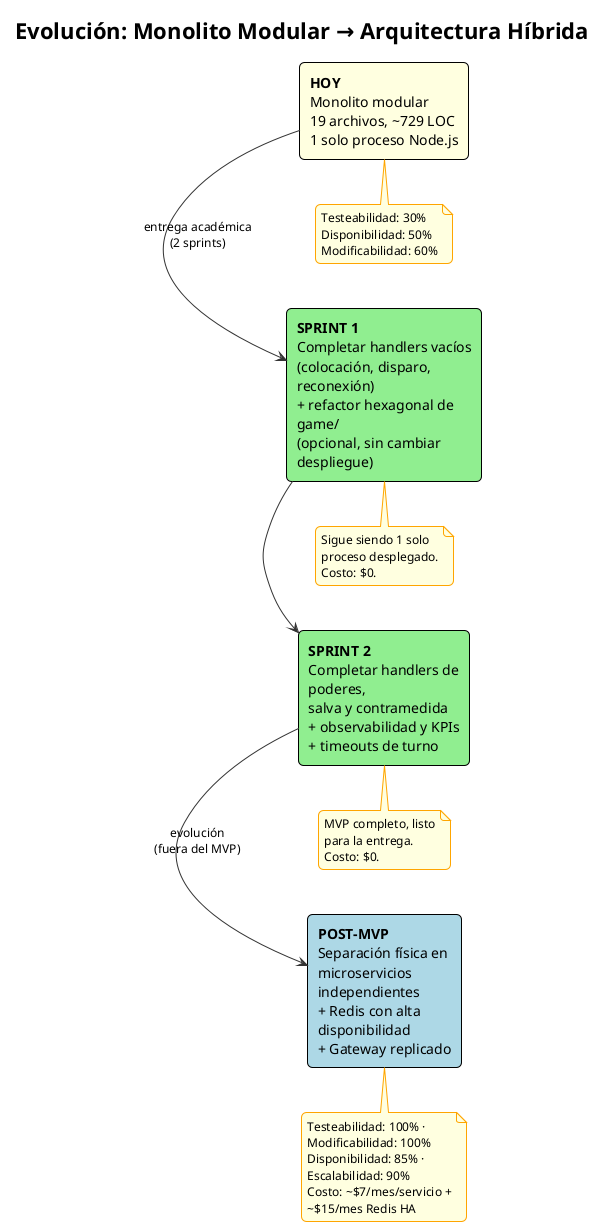
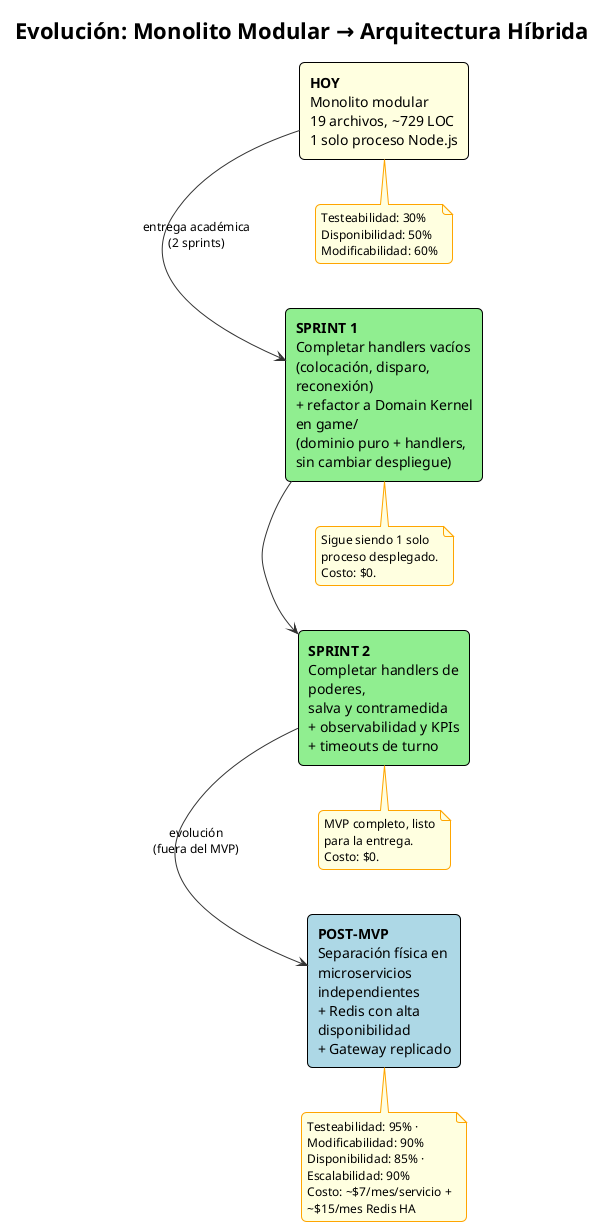
@startuml 04-evolucion-monolito-a-microservicios

title Evolución: Monolito Modular → Arquitectura Híbrida

!theme plain
left to right direction
skinparam defaultFontName Consolas
skinparam wrapWidth 190
skinparam nodesep 45
skinparam ranksep 70
skinparam shadowing false
skinparam roundCorner 10
skinparam rectangle {
  BorderColor Black
  FontSize 14
}
skinparam note {
  BackgroundColor LightYellow
  BorderColor Orange
  FontSize 12
}
skinparam ArrowColor #333333
skinparam ArrowFontSize 12

rectangle "**HOY**\nMonolito modular\n19 archivos, ~729 LOC\n1 solo proceso Node.js" as Hoy #LightYellow

- rectangle "**SPRINT 1**\nCompletar handlers vacíos\n(colocación, disparo, reconexión)\n+ refactor hexagonal de game/\n(opcional, sin cambiar despliegue)" as Sprint1 #LightGreen
+ rectangle "**SPRINT 1**\nCompletar handlers vacíos\n(colocación, disparo, reconexión)\n+ refactor a Domain Kernel en game/\n(dominio puro + handlers, sin cambiar despliegue)" as Sprint1 #LightGreen

rectangle "**SPRINT 2**\nCompletar handlers de poderes,\nsalva y contramedida\n+ observabilidad y KPIs\n+ timeouts de turno" as Sprint2 #LightGreen

rectangle "**POST-MVP**\nSeparación física en\nmicroservicios independientes\n+ Redis con alta disponibilidad\n+ Gateway replicado" as PostMVP #LightBlue

Hoy -right-> Sprint1 : entrega académica\n(2 sprints)
Sprint1 -right-> Sprint2
Sprint2 -right-> PostMVP : evolución\n(fuera del MVP)

note bottom of Hoy
  Testeabilidad: 30%
  Disponibilidad: 50%
  Modificabilidad: 60%
end note

note bottom of Sprint1
  Sigue siendo 1 solo
  proceso desplegado.
  Costo: $0.
end note

note bottom of Sprint2
  MVP completo, listo
  para la entrega.
  Costo: $0.
end note

note bottom of PostMVP
-   Testeabilidad: 100% · Modificabilidad: 100%
+   Testeabilidad: 95% · Modificabilidad: 90%
  Disponibilidad: 85% · Escalabilidad: 90%
  Costo: ~$7/mes/servicio + ~$15/mes Redis HA
end note

@enduml
